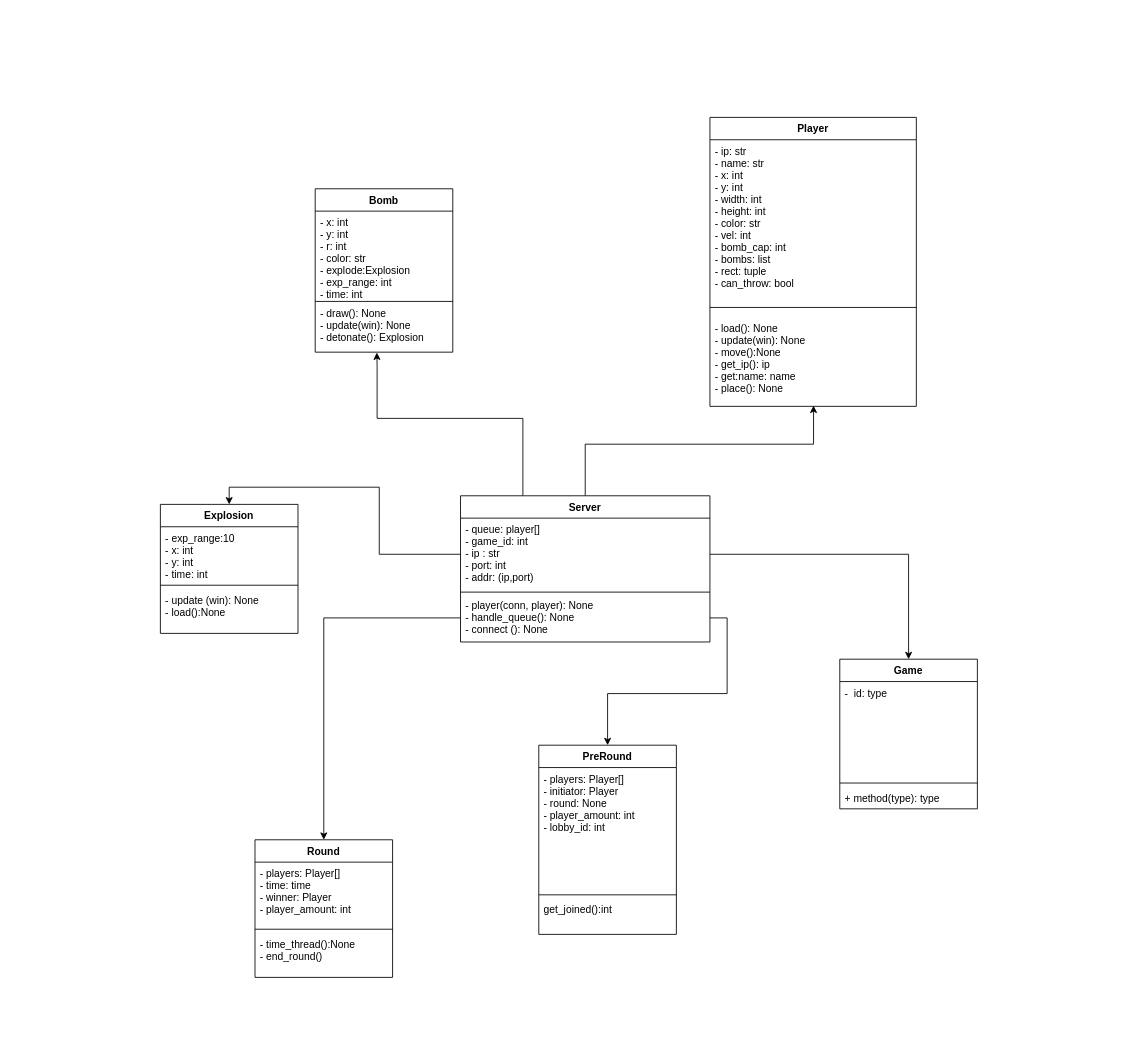
This is .drawio from Truntaler/TM-Project, a draw.io file, before an edit. Source tidied: cells renumbered, new cells numbered last; positions are measured from the earlier drawing's top-left corner, leaving out a move shared by most shapes. Both pictures are drawn from the tidied source at 86%, with x=0, y=0 at pixel (160, 117).
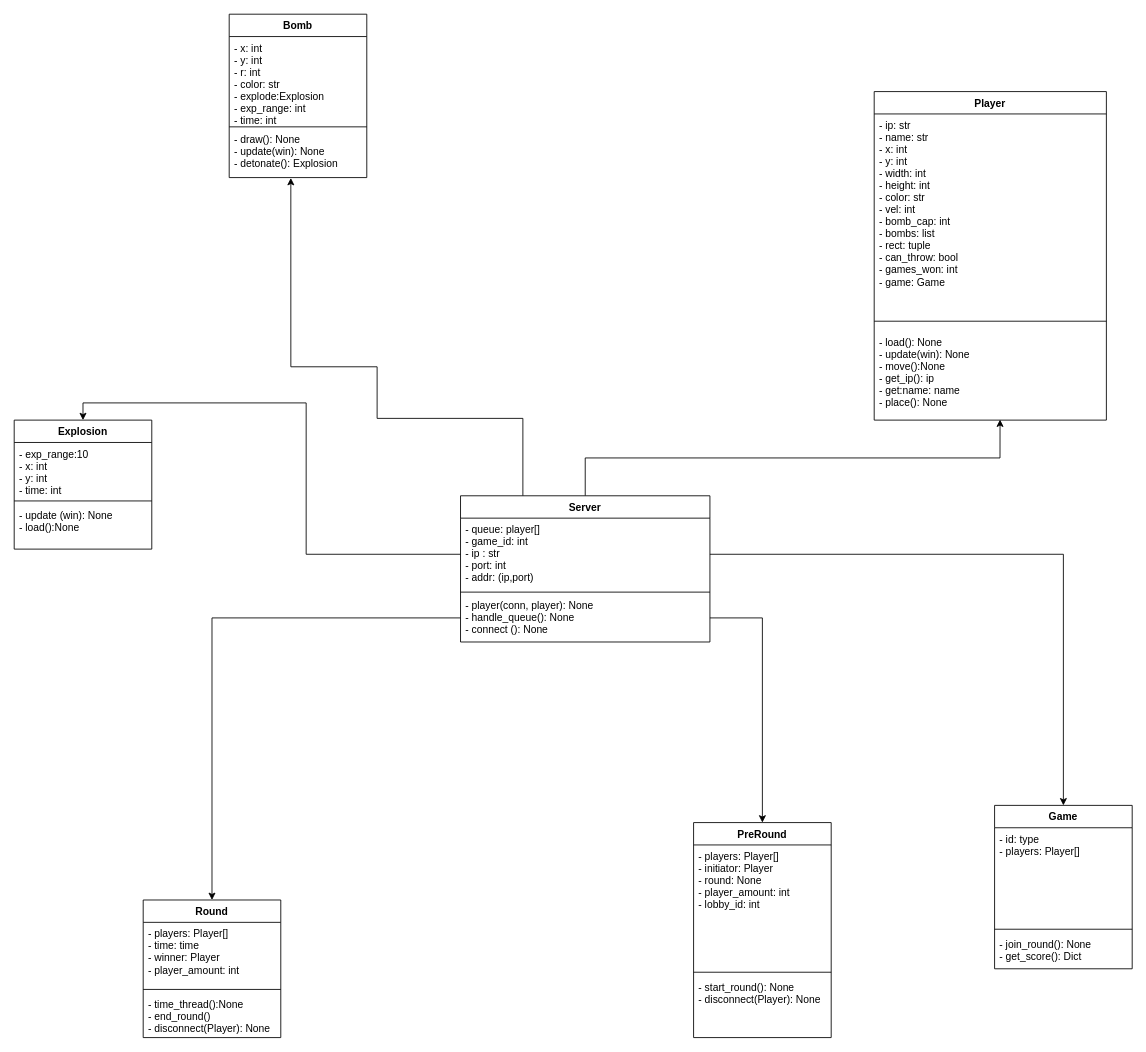
The same diagram, later.

The change refers to these unchanged cells:
```xml
<mxCell id="4" value="Server" style="swimlane;fontStyle=1;align=center;verticalAlign=top;horizontal=1;startSize=26;" parent="1" vertex="1">
  <mxGeometry x="349" y="440" width="290" height="170" as="geometry" />
</mxCell>
<mxCell id="16" value="- draw(): None&#10;- update(win): None&#10;- detonate(): Explosion" style="text;strokeColor=none;fillColor=none;align=left;verticalAlign=top;spacingLeft=4;spacingRight=4;overflow=hidden;points=[[0,0.5],[1,0.5]];portConstraint=eastwest;" parent="13" vertex="1">
  <mxGeometry y="132" width="160" height="58" as="geometry" />
</mxCell>
```

The edit, as a diff of the source:
```diff
@@
+    <mxCell id="3" style="edgeStyle=orthogonalEdgeStyle;rounded=0;jettySize=auto;html=1;exitX=0.25;exitY=0;exitDx=0;exitDy=0;entryX=0.448;entryY=1.008;entryDx=0;entryDy=0;entryPerimeter=0;" parent="1" edge="1" source="4" target="16">
+      <mxGeometry relative="1" as="geometry">
+        <Array as="points">
+          <mxPoint x="422" y="350" />
+          <mxPoint x="252" y="350" />
+          <mxPoint x="252" y="290" />
+        </Array>
+      </mxGeometry>
+    </mxCell>
-    <mxCell id="2" style="edgeStyle=orthogonalEdgeStyle;rounded=0;jettySize=auto;html=1;exitX=0.5;exitY=0;exitDx=0;exitDy=0;entryX=0.502;entryY=0.992;entryDx=0;entryDy=0;entryPerimeter=0;" parent="1" edge="1" source="4" target="12">
-      <mxGeometry relative="1" as="geometry">
-        <Array as="points">
-          <mxPoint x="494" y="380" />
-          <mxPoint x="760" y="380" />
-        </Array>
-      </mxGeometry>
+    <mxCell id="2" style="edgeStyle=orthogonalEdgeStyle;rounded=0;jettySize=auto;html=1;entryX=0.542;entryY=0.994;entryDx=0;entryDy=0;entryPerimeter=0;" parent="1" edge="1" source="4" target="12">
+      <mxGeometry relative="1" as="geometry" />
     </mxCell>
-    <mxCell id="3" style="edgeStyle=orthogonalEdgeStyle;rounded=0;jettySize=auto;html=1;exitX=0.25;exitY=0;exitDx=0;exitDy=0;entryX=0.448;entryY=1.008;entryDx=0;entryDy=0;entryPerimeter=0;" parent="1" edge="1" source="4" target="16">
-      <mxGeometry relative="1" as="geometry">
-        <Array as="points">
-          <mxPoint x="422" y="350" />
-          <mxPoint x="252" y="350" />
-          <mxPoint x="252" y="290" />
-        </Array>
-      </mxGeometry>
-    </mxCell>
@@
     <mxCell id="9" value="Player" style="swimlane;fontStyle=1;align=center;verticalAlign=top;horizontal=1;startSize=26;" parent="1" vertex="1">
-      <mxGeometry x="639" width="240" height="336" as="geometry" />
+      <mxGeometry x="830" y="-30" width="270" height="382" as="geometry" />
     </mxCell>
-    <mxCell id="10" value="- ip: str&#10;- name: str &#10;- x: int&#10;- y: int&#10;- width: int&#10;- height: int&#10;- color: str&#10;- vel: int&#10;- bomb_cap: int&#10;- bombs: list&#10;- rect: tuple&#10;- can_throw: bool&#10;&#10;" style="text;strokeColor=none;fillColor=none;align=left;verticalAlign=top;spacingLeft=4;spacingRight=4;overflow=hidden;" parent="9" vertex="1">
-      <mxGeometry y="26" width="240" height="184" as="geometry" />
+    <mxCell id="10" value="- ip: str&#10;- name: str &#10;- x: int&#10;- y: int&#10;- width: int&#10;- height: int&#10;- color: str&#10;- vel: int&#10;- bomb_cap: int&#10;- bombs: list&#10;- rect: tuple&#10;- can_throw: bool&#10;- games_won: int&#10;- game: Game&#10;&#10;" style="text;strokeColor=none;fillColor=none;align=left;verticalAlign=top;spacingLeft=4;spacingRight=4;overflow=hidden;" parent="9" vertex="1">
+      <mxGeometry y="26" width="270" height="230" as="geometry" />
     </mxCell>
     <mxCell id="11" style="line;strokeWidth=1;fillColor=none;align=left;verticalAlign=middle;spacingTop=-1;spacingLeft=3;spacingRight=3;labelPosition=right;" parent="9" vertex="1">
-      <mxGeometry y="210" width="240" height="22" as="geometry" />
+      <mxGeometry y="256" width="270" height="22" as="geometry" />
     </mxCell>
     <mxCell id="12" value="- load(): None&#10;- update(win): None&#10;- move():None&#10;- get_ip(): ip&#10;- get:name: name&#10;- place(): None" style="text;strokeColor=none;fillColor=none;align=left;verticalAlign=top;spacingLeft=4;spacingRight=4;overflow=hidden;points=[[0,0.5],[1,0.5]];portConstraint=eastwest;" parent="9" vertex="1">
-      <mxGeometry y="232" width="240" height="104" as="geometry" />
+      <mxGeometry y="278" width="270" height="104" as="geometry" />
     </mxCell>
     <mxCell id="13" value="Bomb" style="swimlane;fontStyle=1;align=center;verticalAlign=top;horizontal=1;startSize=26;" parent="1" vertex="1">
-      <mxGeometry x="180" y="83" width="160" height="190" as="geometry" />
+      <mxGeometry x="80" y="-120" width="160" height="190" as="geometry" />
     </mxCell>
@@
     <mxCell id="17" value="Explosion" style="swimlane;fontStyle=1;align=center;verticalAlign=top;horizontal=1;startSize=26;" parent="1" vertex="1">
-      <mxGeometry y="450" width="160" height="150" as="geometry" />
+      <mxGeometry x="-170" y="352" width="160" height="150" as="geometry" />
     </mxCell>
@@
     <mxCell id="22" value="Round" style="swimlane;fontStyle=1;align=center;verticalAlign=top;horizontal=1;startSize=26;" parent="1" vertex="1">
-      <mxGeometry x="110" y="840" width="160" height="160" as="geometry" />
+      <mxGeometry x="-20" y="910" width="160" height="160" as="geometry" />
     </mxCell>
@@
-    <mxCell id="25" value="- time_thread():None&#10;- end_round()" style="text;strokeColor=none;fillColor=none;align=left;verticalAlign=top;spacingLeft=4;spacingRight=4;overflow=hidden;" parent="22" vertex="1">
+    <mxCell id="25" value="- time_thread():None&#10;- end_round()&#10;- disconnect(Player): None " style="text;strokeColor=none;fillColor=none;align=left;verticalAlign=top;spacingLeft=4;spacingRight=4;overflow=hidden;" parent="22" vertex="1">
       <mxGeometry y="108" width="160" height="52" as="geometry" />
     </mxCell>
@@
     <mxCell id="27" value="PreRound" style="swimlane;fontStyle=1;align=center;verticalAlign=top;horizontal=1;startSize=26;" parent="1" vertex="1">
-      <mxGeometry x="440" y="730" width="160" height="220" as="geometry" />
+      <mxGeometry x="620" y="820" width="160" height="250" as="geometry" />
     </mxCell>
@@
-    <mxCell id="30" value="get_joined():int&#10;" style="text;strokeColor=none;fillColor=none;align=left;verticalAlign=top;spacingLeft=4;spacingRight=4;overflow=hidden;" parent="27" vertex="1">
-      <mxGeometry y="178" width="160" height="42" as="geometry" />
+    <mxCell id="30" value="- start_round(): None&#10;- disconnect(Player): None&#10;" style="text;strokeColor=none;fillColor=none;align=left;verticalAlign=top;spacingLeft=4;spacingRight=4;overflow=hidden;" parent="27" vertex="1">
+      <mxGeometry y="178" width="160" height="72" as="geometry" />
     </mxCell>
@@
     <mxCell id="33" value="Game" style="swimlane;fontStyle=1;align=center;verticalAlign=top;horizontal=1;startSize=26;" parent="1" vertex="1">
-      <mxGeometry x="790" y="630" width="160" height="174" as="geometry" />
+      <mxGeometry x="970" y="800" width="160" height="190" as="geometry" />
     </mxCell>
-    <mxCell id="34" value="-  id: type" style="text;strokeColor=none;fillColor=none;align=left;verticalAlign=top;spacingLeft=4;spacingRight=4;overflow=hidden;" parent="33" vertex="1">
+    <mxCell id="34" value="- id: type&#10;- players: Player[]&#10;" style="text;strokeColor=none;fillColor=none;align=left;verticalAlign=top;spacingLeft=4;spacingRight=4;overflow=hidden;" parent="33" vertex="1">
       <mxGeometry y="26" width="160" height="114" as="geometry" />
     </mxCell>
@@
-    <mxCell id="36" value="+ method(type): type" style="text;strokeColor=none;fillColor=none;align=left;verticalAlign=top;spacingLeft=4;spacingRight=4;overflow=hidden;" parent="33" vertex="1">
-      <mxGeometry y="148" width="160" height="26" as="geometry" />
+    <mxCell id="36" value="- join_round(): None&#10;- get_score(): Dict" style="text;strokeColor=none;fillColor=none;align=left;verticalAlign=top;spacingLeft=4;spacingRight=4;overflow=hidden;" parent="33" vertex="1">
+      <mxGeometry y="148" width="160" height="42" as="geometry" />
     </mxCell>
```
